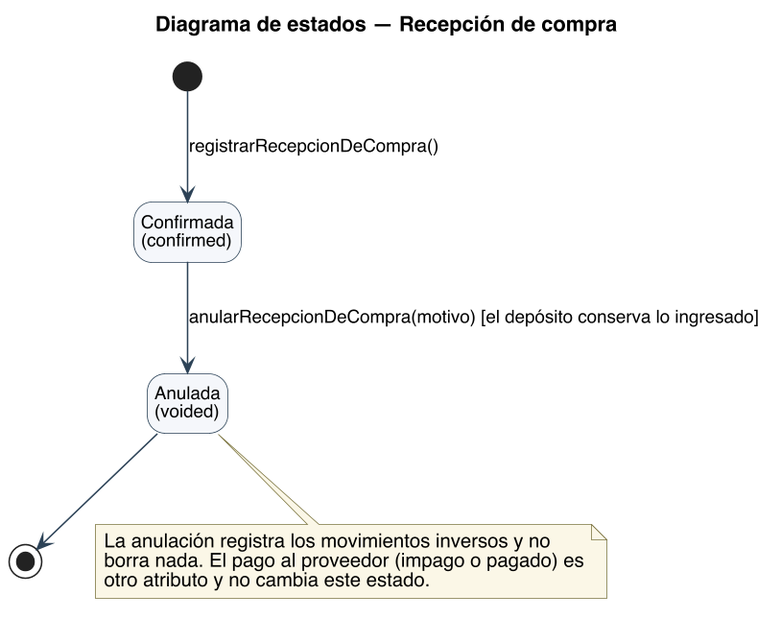
Above: diagramas/uml/UML_Estados_RecepcionDeCompra.png in Nahuelito-Dev/splg-docs (PlantUML), before the change.
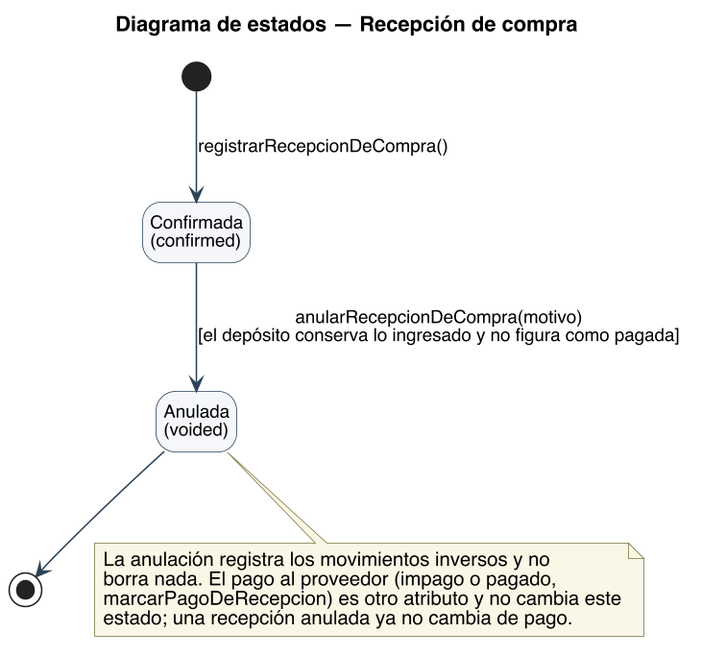
The same file after the commit.

Change to the diagram source:
```diff
@@ -21,12 +21,13 @@
 state "Anulada\n(voided)" as voided
 
 [*] --> confirmed : registrarRecepcionDeCompra()
-confirmed --> voided : anularRecepcionDeCompra(motivo) [el depósito conserva lo ingresado]
+confirmed --> voided : anularRecepcionDeCompra(motivo)\n[el depósito conserva lo ingresado y no figura como pagada]
 voided --> [*]
 
 note bottom of voided
   La anulación registra los movimientos inversos y no
-  borra nada. El pago al proveedor (impago o pagado) es
-  otro atributo y no cambia este estado.
+  borra nada. El pago al proveedor (impago o pagado,
+  marcarPagoDeRecepcion) es otro atributo y no cambia este
+  estado; una recepción anulada ya no cambia de pago.
 end note
 @enduml
```
